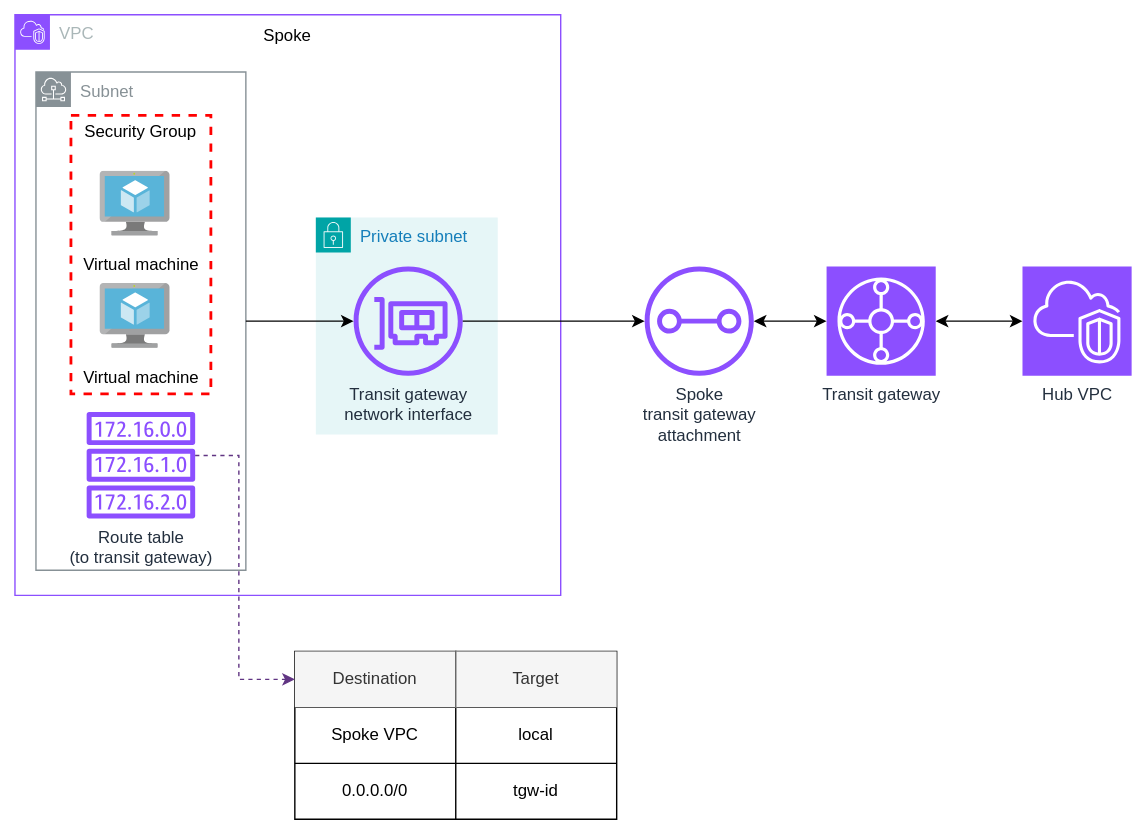
Earlier version of the draw.io export assets/images/portfolio/hubandspoke/spoke-network-details.drawio.svg (gmarti-web/gmarti-web.github.io). Source tidied: cells renumbered, new cells last; positions are measured from the earlier drawing's top-left corner, leaving out a move shared by most shapes. Its diagram source:
```xml
<mxGraphModel>
  <root>
    <mxCell id="0" />
    <mxCell id="1" parent="0" />
    <mxCell id="2" value="VPC" style="gradientColor=none;html=1;whiteSpace=wrap;fontSize=12;fontStyle=0;shape=mxgraph.aws4.group;grIcon=mxgraph.aws4.group_vpc2;strokeColor=#8C4FFF;fillColor=none;verticalAlign=top;align=left;spacingLeft=30;fontColor=#AAB7B8;dashed=0;" parent="1" vertex="1">
      <mxGeometry width="390" height="415" as="geometry" />
    </mxCell>
    <mxCell id="3" value="Subnet" style="sketch=0;outlineConnect=0;gradientColor=none;html=1;whiteSpace=wrap;fontSize=12;fontStyle=0;shape=mxgraph.aws4.group;grIcon=mxgraph.aws4.group_subnet;strokeColor=#879196;fillColor=none;verticalAlign=top;align=left;spacingLeft=30;fontColor=#879196;dashed=0;" parent="2" vertex="1">
      <mxGeometry x="15" y="41" width="150" height="356" as="geometry" />
    </mxCell>
    <mxCell id="4" value="Security Group" style="fontStyle=0;verticalAlign=top;align=center;spacingTop=-2;fillColor=none;rounded=0;whiteSpace=wrap;html=1;strokeColor=#FF0000;strokeWidth=2;dashed=1;" parent="3" vertex="1">
      <mxGeometry x="25" y="31" width="100" height="199" as="geometry" />
    </mxCell>
    <mxCell id="5" value="&lt;div&gt;Virtual machine&lt;/div&gt;" style="image;sketch=0;html=1;align=center;fontSize=12;image=img/lib/mscae/Virtual_Machine.svg;" parent="3" vertex="1">
      <mxGeometry x="45.9" y="71" width="58.1" height="53.5" as="geometry" />
    </mxCell>
    <mxCell id="6" value="&lt;div&gt;Virtual machine&lt;/div&gt;" style="image;sketch=0;html=1;align=center;fontSize=12;image=img/lib/mscae/Virtual_Machine.svg;" parent="3" vertex="1">
      <mxGeometry x="45.9" y="151.3" width="58.1" height="53.5" as="geometry" />
    </mxCell>
    <mxCell id="7" value="&lt;div&gt;Route table&lt;/div&gt;&lt;div&gt;(to transit gateway)&lt;/div&gt;" style="sketch=0;outlineConnect=0;fontColor=#232F3E;gradientColor=none;fillColor=#8C4FFF;strokeColor=none;dashed=0;verticalLabelPosition=bottom;verticalAlign=top;align=center;html=1;fontSize=12;fontStyle=0;shape=mxgraph.aws4.route_table;" parent="3" vertex="1">
      <mxGeometry x="36" y="243" width="78" height="76" as="geometry" />
    </mxCell>
    <mxCell id="8" value="Spoke" style="text;html=1;align=center;verticalAlign=middle;whiteSpace=wrap;rounded=0;" parent="2" vertex="1">
      <mxGeometry x="165" width="60" height="30" as="geometry" />
    </mxCell>
    <mxCell id="9" value="Private subnet" style="gradientColor=none;html=1;whiteSpace=wrap;fontSize=12;fontStyle=0;shape=mxgraph.aws4.group;grIcon=mxgraph.aws4.group_security_group;grStroke=0;strokeColor=#00A4A6;fillColor=#E6F6F7;verticalAlign=top;align=left;spacingLeft=30;fontColor=#147EBA;dashed=0;" parent="2" vertex="1">
      <mxGeometry x="215" y="145" width="130" height="155" as="geometry" />
    </mxCell>
    <mxCell id="10" value="&lt;div&gt;Transit gateway&lt;/div&gt;&lt;div&gt;network interface&lt;/div&gt;" style="sketch=0;outlineConnect=0;fontColor=#232F3E;gradientColor=none;fillColor=#8C4FFF;strokeColor=none;dashed=0;verticalLabelPosition=bottom;verticalAlign=top;align=center;html=1;fontSize=12;fontStyle=0;shape=mxgraph.aws4.elastic_network_interface;" parent="9" vertex="1">
      <mxGeometry x="27" y="35" width="78" height="78" as="geometry" />
    </mxCell>
    <mxCell id="11" style="edgeStyle=orthogonalEdgeStyle;rounded=0;jettySize=auto;html=1;" parent="2" edge="1" source="3" target="10">
      <mxGeometry relative="1" as="geometry" />
    </mxCell>
    <mxCell id="12" value="Hub VPC" style="sketch=0;points=[[0,0,0],[0.25,0,0],[0.5,0,0],[0.75,0,0],[1,0,0],[0,1,0],[0.25,1,0],[0.5,1,0],[0.75,1,0],[1,1,0],[0,0.25,0],[0,0.5,0],[0,0.75,0],[1,0.25,0],[1,0.5,0],[1,0.75,0]];outlineConnect=0;fontColor=#232F3E;fillColor=#8C4FFF;strokeColor=#ffffff;dashed=0;verticalLabelPosition=bottom;verticalAlign=top;align=center;html=1;fontSize=12;fontStyle=0;shape=mxgraph.aws4.resourceIcon;resIcon=mxgraph.aws4.vpc;" parent="1" vertex="1">
      <mxGeometry x="720" y="180" width="78" height="78" as="geometry" />
    </mxCell>
    <mxCell id="13" style="shape=table;startSize=0;" parent="1" vertex="1">
      <mxGeometry x="200" y="455" width="230" height="120" as="geometry" />
    </mxCell>
    <mxCell id="14" style="shape=tableRow;horizontal=0;startSize=0;swimlaneHead=0;swimlaneBody=0;strokeColor=inherit;top=0;left=0;bottom=0;right=0;fillColor=none;points=[[0,0.5],[1,0.5]];portConstraint=eastwest;" parent="13" vertex="1">
      <mxGeometry width="230" height="40" as="geometry" />
    </mxCell>
    <mxCell id="15" value="Destination" style="shape=partialRectangle;html=1;whiteSpace=wrap;strokeColor=#666666;overflow=hidden;fillColor=#f5f5f5;top=0;left=0;bottom=0;right=1;align=center;fontColor=#333333;" parent="14" vertex="1">
      <mxGeometry width="115" height="40" as="geometry" />
    </mxCell>
    <mxCell id="16" value="Target" style="shape=partialRectangle;html=1;whiteSpace=wrap;strokeColor=#666666;overflow=hidden;fillColor=#f5f5f5;top=0;left=1;bottom=0;right=0;fontColor=#333333;" parent="14" vertex="1">
      <mxGeometry x="115" width="115" height="40" as="geometry" />
    </mxCell>
    <mxCell id="17" style="shape=tableRow;horizontal=0;startSize=0;swimlaneHead=0;swimlaneBody=0;strokeColor=inherit;top=0;left=0;bottom=0;right=0;fillColor=none;" parent="13" vertex="1">
      <mxGeometry y="40" width="230" height="40" as="geometry" />
    </mxCell>
    <mxCell id="18" value="Spoke VPC" style="shape=partialRectangle;html=1;whiteSpace=wrap;strokeColor=inherit;overflow=hidden;fillColor=none;top=0;left=0;bottom=0;right=0;" parent="17" vertex="1">
      <mxGeometry width="115" height="40" as="geometry" />
    </mxCell>
    <mxCell id="19" value="local" style="shape=partialRectangle;html=1;whiteSpace=wrap;strokeColor=inherit;overflow=hidden;fillColor=none;top=0;left=0;bottom=0;right=0;" parent="17" vertex="1">
      <mxGeometry x="115" width="115" height="40" as="geometry" />
    </mxCell>
    <mxCell id="20" style="shape=tableRow;horizontal=0;startSize=0;swimlaneHead=0;swimlaneBody=0;strokeColor=inherit;top=0;left=0;bottom=0;right=0;fillColor=none;" parent="13" vertex="1">
      <mxGeometry y="80" width="230" height="40" as="geometry" />
    </mxCell>
    <mxCell id="21" value="0.0.0.0/0" style="shape=partialRectangle;html=1;whiteSpace=wrap;strokeColor=inherit;overflow=hidden;fillColor=none;top=0;left=0;bottom=0;right=0;" parent="20" vertex="1">
      <mxGeometry width="115" height="40" as="geometry" />
    </mxCell>
    <mxCell id="22" value="tgw-id" style="shape=partialRectangle;html=1;whiteSpace=wrap;strokeColor=inherit;overflow=hidden;fillColor=none;top=0;left=0;bottom=0;right=0;" parent="20" vertex="1">
      <mxGeometry x="115" width="115" height="40" as="geometry" />
    </mxCell>
    <mxCell id="23" style="edgeStyle=orthogonalEdgeStyle;rounded=0;jettySize=auto;html=1;dashed=1;strokeColor=light-dark(#613583, #ededed);" parent="1" edge="1" source="7" target="14">
      <mxGeometry relative="1" as="geometry">
        <Array as="points">
          <mxPoint x="160" y="315" />
          <mxPoint x="160" y="475" />
        </Array>
      </mxGeometry>
    </mxCell>
    <mxCell id="24" style="edgeStyle=orthogonalEdgeStyle;rounded=0;jettySize=auto;html=1;startArrow=classic;startFill=1;" parent="1" edge="1" source="25" target="12">
      <mxGeometry relative="1" as="geometry" />
    </mxCell>
    <mxCell id="25" value="Transit gateway" style="sketch=0;points=[[0,0,0],[0.25,0,0],[0.5,0,0],[0.75,0,0],[1,0,0],[0,1,0],[0.25,1,0],[0.5,1,0],[0.75,1,0],[1,1,0],[0,0.25,0],[0,0.5,0],[0,0.75,0],[1,0.25,0],[1,0.5,0],[1,0.75,0]];outlineConnect=0;fontColor=#232F3E;fillColor=#8C4FFF;strokeColor=#ffffff;dashed=0;verticalLabelPosition=bottom;verticalAlign=top;align=center;html=1;fontSize=12;fontStyle=0;shape=mxgraph.aws4.resourceIcon;resIcon=mxgraph.aws4.transit_gateway;" parent="1" vertex="1">
      <mxGeometry x="580" y="180" width="78" height="78" as="geometry" />
    </mxCell>
    <mxCell id="26" style="edgeStyle=orthogonalEdgeStyle;rounded=0;jettySize=auto;html=1;startArrow=classic;startFill=1;" parent="1" edge="1" source="27" target="25">
      <mxGeometry relative="1" as="geometry" />
    </mxCell>
    <mxCell id="27" value="&lt;div&gt;Spoke&lt;/div&gt;&lt;div&gt;transit gateway&lt;/div&gt;&lt;div&gt;attachment&lt;/div&gt;" style="sketch=0;outlineConnect=0;fontColor=#232F3E;gradientColor=none;fillColor=#8C4FFF;strokeColor=none;dashed=0;verticalLabelPosition=bottom;verticalAlign=top;align=center;html=1;fontSize=12;fontStyle=0;shape=mxgraph.aws4.transit_gateway_attachment;" parent="1" vertex="1">
      <mxGeometry x="450" y="180" width="78" height="78" as="geometry" />
    </mxCell>
    <mxCell id="28" style="edgeStyle=orthogonalEdgeStyle;rounded=0;jettySize=auto;html=1;" parent="1" edge="1" source="10" target="27">
      <mxGeometry relative="1" as="geometry" />
    </mxCell>
  </root>
</mxGraphModel>
```
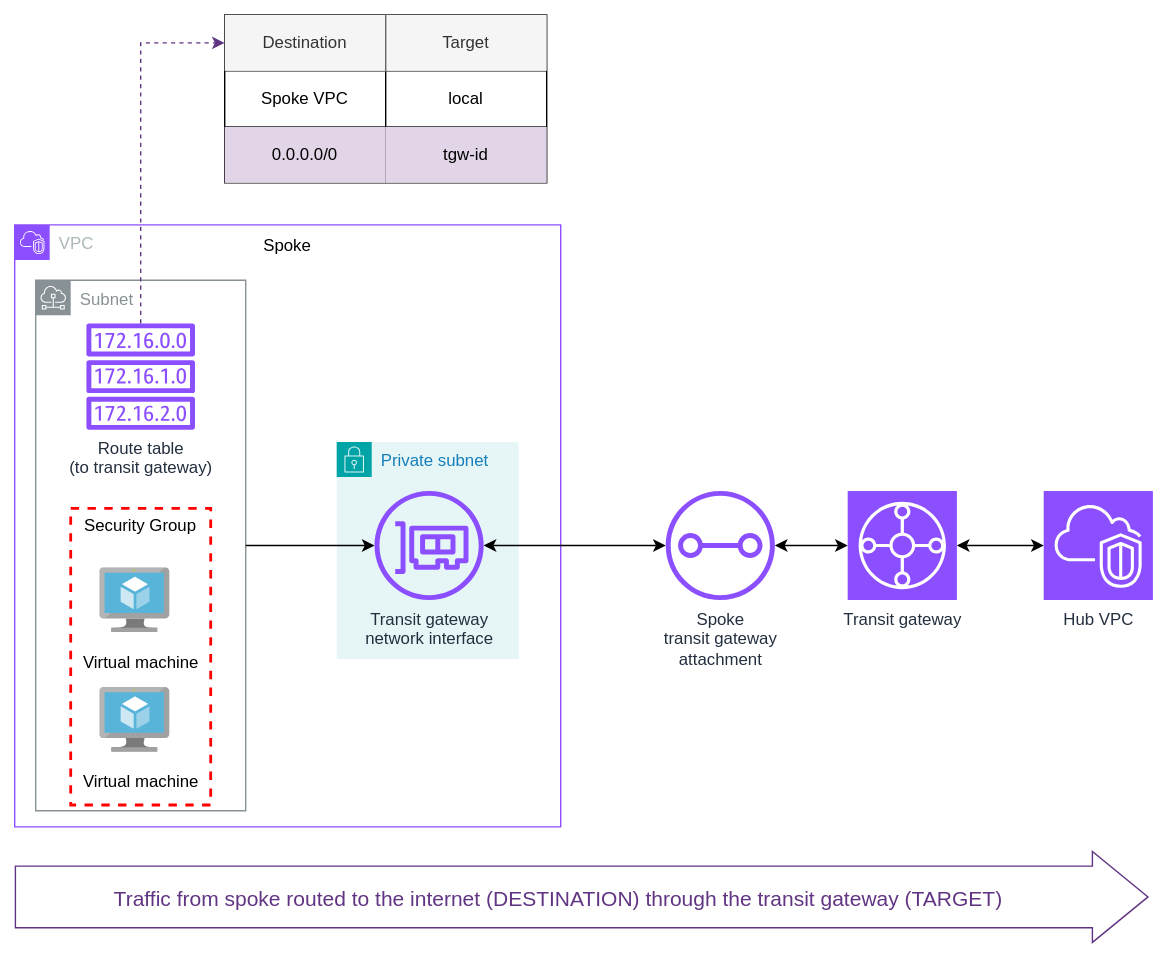
Above is the later version.

What changed in the source:
```diff
@@ -3,28 +3,28 @@
     <mxCell id="0" />
     <mxCell id="1" parent="0" />
     <mxCell id="2" value="VPC" style="gradientColor=none;html=1;whiteSpace=wrap;fontSize=12;fontStyle=0;shape=mxgraph.aws4.group;grIcon=mxgraph.aws4.group_vpc2;strokeColor=#8C4FFF;fillColor=none;verticalAlign=top;align=left;spacingLeft=30;fontColor=#AAB7B8;dashed=0;" parent="1" vertex="1">
-      <mxGeometry width="390" height="415" as="geometry" />
+      <mxGeometry x="-15" y="-10" width="390" height="430" as="geometry" />
     </mxCell>
     <mxCell id="3" value="Subnet" style="sketch=0;outlineConnect=0;gradientColor=none;html=1;whiteSpace=wrap;fontSize=12;fontStyle=0;shape=mxgraph.aws4.group;grIcon=mxgraph.aws4.group_subnet;strokeColor=#879196;fillColor=none;verticalAlign=top;align=left;spacingLeft=30;fontColor=#879196;dashed=0;" parent="2" vertex="1">
-      <mxGeometry x="15" y="41" width="150" height="356" as="geometry" />
+      <mxGeometry x="15" y="39.5" width="150" height="379" as="geometry" />
     </mxCell>
     <mxCell id="4" value="Security Group" style="fontStyle=0;verticalAlign=top;align=center;spacingTop=-2;fillColor=none;rounded=0;whiteSpace=wrap;html=1;strokeColor=#FF0000;strokeWidth=2;dashed=1;" parent="3" vertex="1">
-      <mxGeometry x="25" y="31" width="100" height="199" as="geometry" />
+      <mxGeometry x="25" y="163" width="100" height="211.9" as="geometry" />
     </mxCell>
     <mxCell id="5" value="&lt;div&gt;Virtual machine&lt;/div&gt;" style="image;sketch=0;html=1;align=center;fontSize=12;image=img/lib/mscae/Virtual_Machine.svg;" parent="3" vertex="1">
-      <mxGeometry x="45.9" y="71" width="58.1" height="53.5" as="geometry" />
+      <mxGeometry x="45.9" y="205.6" width="58.1" height="53.5" as="geometry" />
     </mxCell>
     <mxCell id="6" value="&lt;div&gt;Virtual machine&lt;/div&gt;" style="image;sketch=0;html=1;align=center;fontSize=12;image=img/lib/mscae/Virtual_Machine.svg;" parent="3" vertex="1">
-      <mxGeometry x="45.9" y="151.3" width="58.1" height="53.5" as="geometry" />
+      <mxGeometry x="45.9" y="291" width="58.1" height="53.5" as="geometry" />
     </mxCell>
     <mxCell id="7" value="&lt;div&gt;Route table&lt;/div&gt;&lt;div&gt;(to transit gateway)&lt;/div&gt;" style="sketch=0;outlineConnect=0;fontColor=#232F3E;gradientColor=none;fillColor=#8C4FFF;strokeColor=none;dashed=0;verticalLabelPosition=bottom;verticalAlign=top;align=center;html=1;fontSize=12;fontStyle=0;shape=mxgraph.aws4.route_table;" parent="3" vertex="1">
-      <mxGeometry x="36" y="243" width="78" height="76" as="geometry" />
+      <mxGeometry x="36" y="30.9" width="78" height="76" as="geometry" />
     </mxCell>
     <mxCell id="8" value="Spoke" style="text;html=1;align=center;verticalAlign=middle;whiteSpace=wrap;rounded=0;" parent="2" vertex="1">
       <mxGeometry x="165" width="60" height="30" as="geometry" />
     </mxCell>
     <mxCell id="9" value="Private subnet" style="gradientColor=none;html=1;whiteSpace=wrap;fontSize=12;fontStyle=0;shape=mxgraph.aws4.group;grIcon=mxgraph.aws4.group_security_group;grStroke=0;strokeColor=#00A4A6;fillColor=#E6F6F7;verticalAlign=top;align=left;spacingLeft=30;fontColor=#147EBA;dashed=0;" parent="2" vertex="1">
-      <mxGeometry x="215" y="145" width="130" height="155" as="geometry" />
+      <mxGeometry x="230" y="155" width="130" height="155" as="geometry" />
     </mxCell>
     <mxCell id="10" value="&lt;div&gt;Transit gateway&lt;/div&gt;&lt;div&gt;network interface&lt;/div&gt;" style="sketch=0;outlineConnect=0;fontColor=#232F3E;gradientColor=none;fillColor=#8C4FFF;strokeColor=none;dashed=0;verticalLabelPosition=bottom;verticalAlign=top;align=center;html=1;fontSize=12;fontStyle=0;shape=mxgraph.aws4.elastic_network_interface;" parent="9" vertex="1">
       <mxGeometry x="27" y="35" width="78" height="78" as="geometry" />
@@ -36,7 +36,7 @@
       <mxGeometry x="720" y="180" width="78" height="78" as="geometry" />
     </mxCell>
     <mxCell id="13" style="shape=table;startSize=0;" parent="1" vertex="1">
-      <mxGeometry x="200" y="455" width="230" height="120" as="geometry" />
+      <mxGeometry x="135" y="-160" width="230" height="120" as="geometry" />
     </mxCell>
     <mxCell id="14" style="shape=tableRow;horizontal=0;startSize=0;swimlaneHead=0;swimlaneBody=0;strokeColor=inherit;top=0;left=0;bottom=0;right=0;fillColor=none;points=[[0,0.5],[1,0.5]];portConstraint=eastwest;" parent="13" vertex="1">
       <mxGeometry width="230" height="40" as="geometry" />
@@ -59,17 +59,16 @@
     <mxCell id="20" style="shape=tableRow;horizontal=0;startSize=0;swimlaneHead=0;swimlaneBody=0;strokeColor=inherit;top=0;left=0;bottom=0;right=0;fillColor=none;" parent="13" vertex="1">
       <mxGeometry y="80" width="230" height="40" as="geometry" />
     </mxCell>
-    <mxCell id="21" value="0.0.0.0/0" style="shape=partialRectangle;html=1;whiteSpace=wrap;strokeColor=inherit;overflow=hidden;fillColor=none;top=0;left=0;bottom=0;right=0;" parent="20" vertex="1">
+    <mxCell id="21" value="0.0.0.0/0" style="shape=partialRectangle;html=1;whiteSpace=wrap;strokeColor=#9673a6;overflow=hidden;fillColor=#e1d5e7;top=0;left=0;bottom=0;right=0;" parent="20" vertex="1">
       <mxGeometry width="115" height="40" as="geometry" />
     </mxCell>
-    <mxCell id="22" value="tgw-id" style="shape=partialRectangle;html=1;whiteSpace=wrap;strokeColor=inherit;overflow=hidden;fillColor=none;top=0;left=0;bottom=0;right=0;" parent="20" vertex="1">
+    <mxCell id="22" value="tgw-id" style="shape=partialRectangle;html=1;whiteSpace=wrap;strokeColor=#9673a6;overflow=hidden;fillColor=#e1d5e7;top=0;left=0;bottom=0;right=0;" parent="20" vertex="1">
       <mxGeometry x="115" width="115" height="40" as="geometry" />
     </mxCell>
     <mxCell id="23" style="edgeStyle=orthogonalEdgeStyle;rounded=0;jettySize=auto;html=1;dashed=1;strokeColor=light-dark(#613583, #ededed);" parent="1" edge="1" source="7" target="14">
       <mxGeometry relative="1" as="geometry">
         <Array as="points">
-          <mxPoint x="160" y="315" />
-          <mxPoint x="160" y="475" />
+          <mxPoint x="75" y="-140" />
         </Array>
       </mxGeometry>
     </mxCell>
@@ -85,8 +84,19 @@
     <mxCell id="27" value="&lt;div&gt;Spoke&lt;/div&gt;&lt;div&gt;transit gateway&lt;/div&gt;&lt;div&gt;attachment&lt;/div&gt;" style="sketch=0;outlineConnect=0;fontColor=#232F3E;gradientColor=none;fillColor=#8C4FFF;strokeColor=none;dashed=0;verticalLabelPosition=bottom;verticalAlign=top;align=center;html=1;fontSize=12;fontStyle=0;shape=mxgraph.aws4.transit_gateway_attachment;" parent="1" vertex="1">
       <mxGeometry x="450" y="180" width="78" height="78" as="geometry" />
     </mxCell>
-    <mxCell id="28" style="edgeStyle=orthogonalEdgeStyle;rounded=0;jettySize=auto;html=1;" parent="1" edge="1" source="10" target="27">
+    <mxCell id="28" style="edgeStyle=orthogonalEdgeStyle;rounded=0;jettySize=auto;html=1;startArrow=classic;startFill=1;" parent="1" edge="1" source="10" target="27">
       <mxGeometry relative="1" as="geometry" />
     </mxCell>
+    <mxCell id="29" style="shape=flexArrow;endArrow=classic;html=1;rounded=0;width=44;endSize=12.902857142857142;strokeColor=light-dark(#613583, #ededed);fontColor=light-dark(#613583, #ededed);" parent="1" edge="1">
+      <mxGeometry relative="1" as="geometry">
+        <mxPoint x="-15" y="470" as="sourcePoint" />
+        <mxPoint x="795" y="470" as="targetPoint" />
+      </mxGeometry>
+    </mxCell>
+    <mxCell id="30" value="&lt;font&gt;Traffic from spoke routed to the internet (DESTINATION) through the transit gateway (TARGET)&lt;/font&gt;" style="edgeLabel;html=1;align=center;verticalAlign=middle;fontColor=light-dark(#613583, #ededed);fontSize=15;" parent="29" vertex="1">
+      <mxGeometry x="0.17" y="4" relative="1" as="geometry">
+        <mxPoint x="-85" y="4" as="offset" />
+      </mxGeometry>
+    </mxCell>
   </root>
 </mxGraphModel>
```
